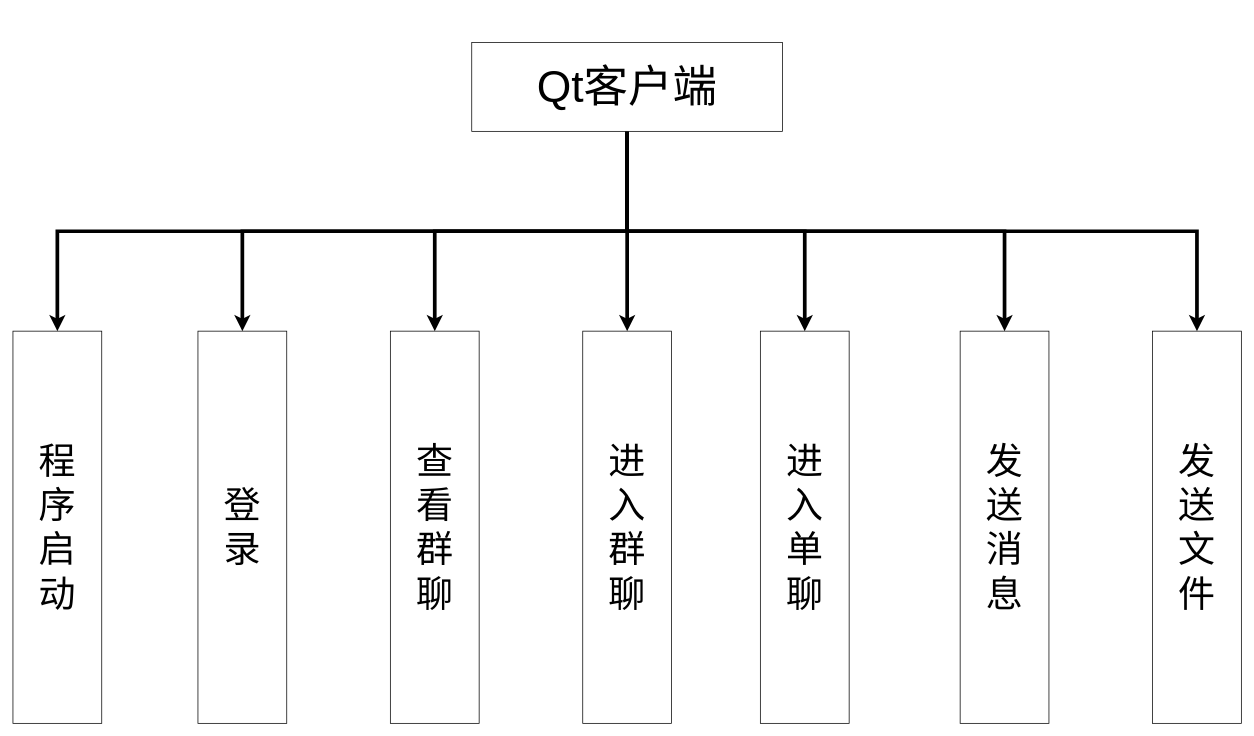
This is chart/客户端功能结构图.drawio from YangGuiTong/QtQQ, a draw.io file, before an edit. Source tidied: cells renumbered, new cells numbered last; positions are measured from the earlier drawing's top-left corner, leaving out a move shared by most shapes. Both pictures are drawn from the tidied source at 74%, with x=0, y=0 at pixel (13, 42).
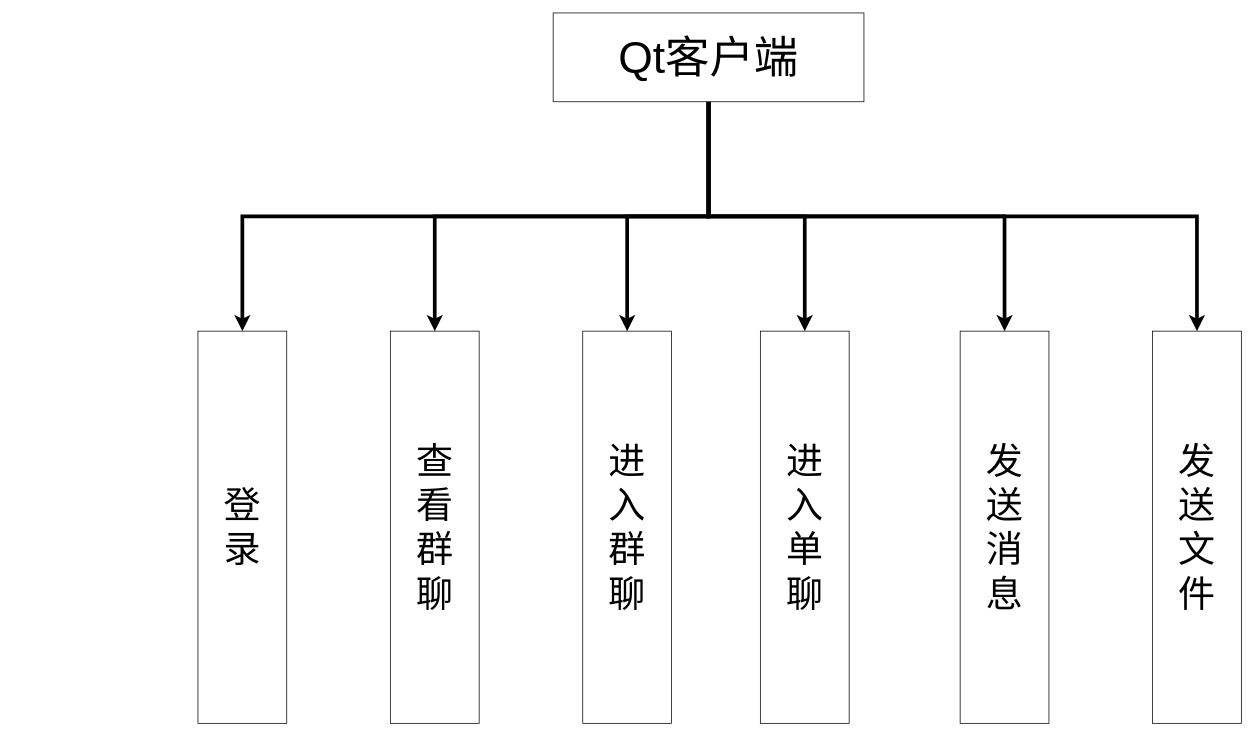
The same diagram, later.

Commit message:
更新客户端功能结构图.drawio

Change to the diagram source:
```diff
@@
 <mxGraphModel>
   <root>
     <mxCell id="0" />
     <mxCell id="1" parent="0" />
-    <mxCell id="2" style="edgeStyle=orthogonalEdgeStyle;rounded=0;jettySize=auto;html=1;exitX=0.5;exitY=1;exitDx=0;exitDy=0;entryX=0.5;entryY=0;entryDx=0;entryDy=0;strokeWidth=5;" parent="1" edge="1" source="9" target="16">
-      <mxGeometry relative="1" as="geometry" />
-    </mxCell>
     <mxCell id="3" style="edgeStyle=orthogonalEdgeStyle;rounded=0;jettySize=auto;html=1;exitX=0.5;exitY=1;exitDx=0;exitDy=0;entryX=0.5;entryY=0;entryDx=0;entryDy=0;strokeWidth=5;" parent="1" edge="1" source="9" target="10">
       <mxGeometry relative="1" as="geometry" />
     </mxCell>
     <mxCell id="4" style="edgeStyle=orthogonalEdgeStyle;rounded=0;jettySize=auto;html=1;exitX=0.5;exitY=1;exitDx=0;exitDy=0;entryX=0.5;entryY=0;entryDx=0;entryDy=0;strokeWidth=5;" parent="1" edge="1" source="9" target="11">
       <mxGeometry relative="1" as="geometry" />
     </mxCell>
     <mxCell id="5" style="edgeStyle=orthogonalEdgeStyle;rounded=0;jettySize=auto;html=1;exitX=0.5;exitY=1;exitDx=0;exitDy=0;strokeWidth=5;" parent="1" edge="1" source="9" target="12">
       <mxGeometry relative="1" as="geometry" />
     </mxCell>
     <mxCell id="6" style="edgeStyle=orthogonalEdgeStyle;rounded=0;jettySize=auto;html=1;exitX=0.5;exitY=1;exitDx=0;exitDy=0;strokeWidth=5;" parent="1" edge="1" source="9" target="13">
       <mxGeometry relative="1" as="geometry" />
     </mxCell>
     <mxCell id="7" style="edgeStyle=orthogonalEdgeStyle;rounded=0;jettySize=auto;html=1;exitX=0.5;exitY=1;exitDx=0;exitDy=0;entryX=0.5;entryY=0;entryDx=0;entryDy=0;strokeWidth=5;" parent="1" edge="1" source="9" target="14">
       <mxGeometry relative="1" as="geometry" />
     </mxCell>
     <mxCell id="8" style="edgeStyle=orthogonalEdgeStyle;rounded=0;jettySize=auto;html=1;exitX=0.5;exitY=1;exitDx=0;exitDy=0;strokeWidth=5;" parent="1" edge="1" source="9" target="15">
       <mxGeometry relative="1" as="geometry" />
     </mxCell>
     <mxCell id="9" value="Qt客户端" style="rounded=0;whiteSpace=wrap;html=1;fontSize=60;" parent="1" vertex="1">
-      <mxGeometry x="620" width="420" height="120" as="geometry" />
+      <mxGeometry x="730" y="-40" width="420" height="120" as="geometry" />
     </mxCell>
     <mxCell id="10" value="登&lt;div&gt;录&lt;/div&gt;" style="rounded=0;whiteSpace=wrap;html=1;fontSize=50;" parent="1" vertex="1">
       <mxGeometry x="250" y="390" width="120" height="530" as="geometry" />
     </mxCell>
     <mxCell id="11" value="查&lt;div&gt;看&lt;/div&gt;&lt;div&gt;群&lt;/div&gt;&lt;div&gt;聊&lt;/div&gt;" style="rounded=0;whiteSpace=wrap;html=1;fontSize=50;" parent="1" vertex="1">
       <mxGeometry x="510" y="390" width="120" height="530" as="geometry" />
     </mxCell>
     <mxCell id="12" value="进&lt;div&gt;入&lt;/div&gt;&lt;div&gt;群&lt;/div&gt;&lt;div&gt;聊&lt;/div&gt;" style="rounded=0;whiteSpace=wrap;html=1;fontSize=50;" parent="1" vertex="1">
       <mxGeometry x="770" y="390" width="120" height="530" as="geometry" />
     </mxCell>
     <mxCell id="13" value="进&lt;div&gt;入&lt;/div&gt;&lt;div&gt;单&lt;/div&gt;&lt;div&gt;聊&lt;/div&gt;" style="rounded=0;whiteSpace=wrap;html=1;fontSize=50;" parent="1" vertex="1">
       <mxGeometry x="1010" y="390" width="120" height="530" as="geometry" />
     </mxCell>
     <mxCell id="14" value="发&lt;div&gt;送&lt;/div&gt;&lt;div&gt;消&lt;/div&gt;&lt;div&gt;息&lt;/div&gt;" style="rounded=0;whiteSpace=wrap;html=1;fontSize=50;" parent="1" vertex="1">
       <mxGeometry x="1280" y="390" width="120" height="530" as="geometry" />
     </mxCell>
     <mxCell id="15" value="发&lt;div&gt;送&lt;/div&gt;&lt;div&gt;文&lt;/div&gt;&lt;div&gt;件&lt;/div&gt;" style="rounded=0;whiteSpace=wrap;html=1;fontSize=50;" parent="1" vertex="1">
       <mxGeometry x="1540" y="390" width="120" height="530" as="geometry" />
     </mxCell>
-    <mxCell id="16" value="程&lt;div&gt;序&lt;/div&gt;&lt;div&gt;启&lt;/div&gt;&lt;div&gt;动&lt;/div&gt;" style="rounded=0;whiteSpace=wrap;html=1;fontSize=50;" parent="1" vertex="1">
-      <mxGeometry y="390" width="120" height="530" as="geometry" />
-    </mxCell>
   </root>
 </mxGraphModel>
```
